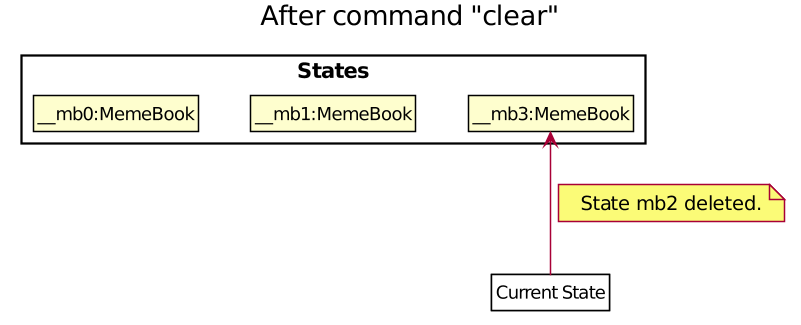
Earlier version of the PlantUML export docs/images/UndoRedoState5.png (nus-cs2103-AY1920S1/addressbook-level3). The source it was exported from:
```plantuml
@startuml
scale 1.5








skinparam BackgroundColor #FFFFFFF

skinparam Shadowing false

skinparam Class {
    FontColor #FFFFFF
    BorderThickness 1
    BorderColor #FFFFFF
    StereotypeFontColor #FFFFFF
    FontName Arial
}

skinparam Actor {
    BorderColor #000000
    Color #000000
    FontName Arial
}

skinparam Sequence {
    MessageAlign center
    BoxFontSize 15
    BoxPadding 0
    BoxFontColor #FFFFFF
    FontName Arial
}

skinparam Participant {
    FontColor #FFFFFFF
    Padding 20
}

skinparam MinClassWidth 50
skinparam ParticipantPadding 10
skinparam Shadowing false
skinparam DefaultTextAlignment center
skinparam packageStyle Rectangle

hide footbox
hide members
hide circle
skinparam ClassFontColor #000000
skinparam ClassBorderColor #000000

title After command "clear"

package States <<rectangle>> {
    class State1 as "__mb0:MemeBook"
    class State2 as "__mb1:MemeBook"
    class State3 as "__mb3:MemeBook"
}

State1 -[hidden]right-> State2
State2 -[hidden]right-> State3

class Pointer as "Current State" #FFFFF

Pointer -up-> State3
note right on link: State mb2 deleted.
@enduml
```
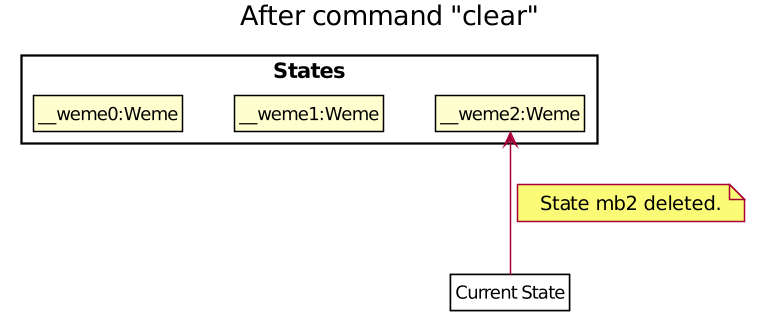
Later version of the same file.

The edit, as a diff of the source:
```diff
@@ -54,9 +54,9 @@
 title After command "clear"
 
 package States <<rectangle>> {
-    class State1 as "__mb0:MemeBook"
-    class State2 as "__mb1:MemeBook"
-    class State3 as "__mb3:MemeBook"
+    class State1 as "__weme0:Weme"
+    class State2 as "__weme1:Weme"
+    class State3 as "__weme2:Weme"
 }
 
 State1 -[hidden]right-> State2
```
